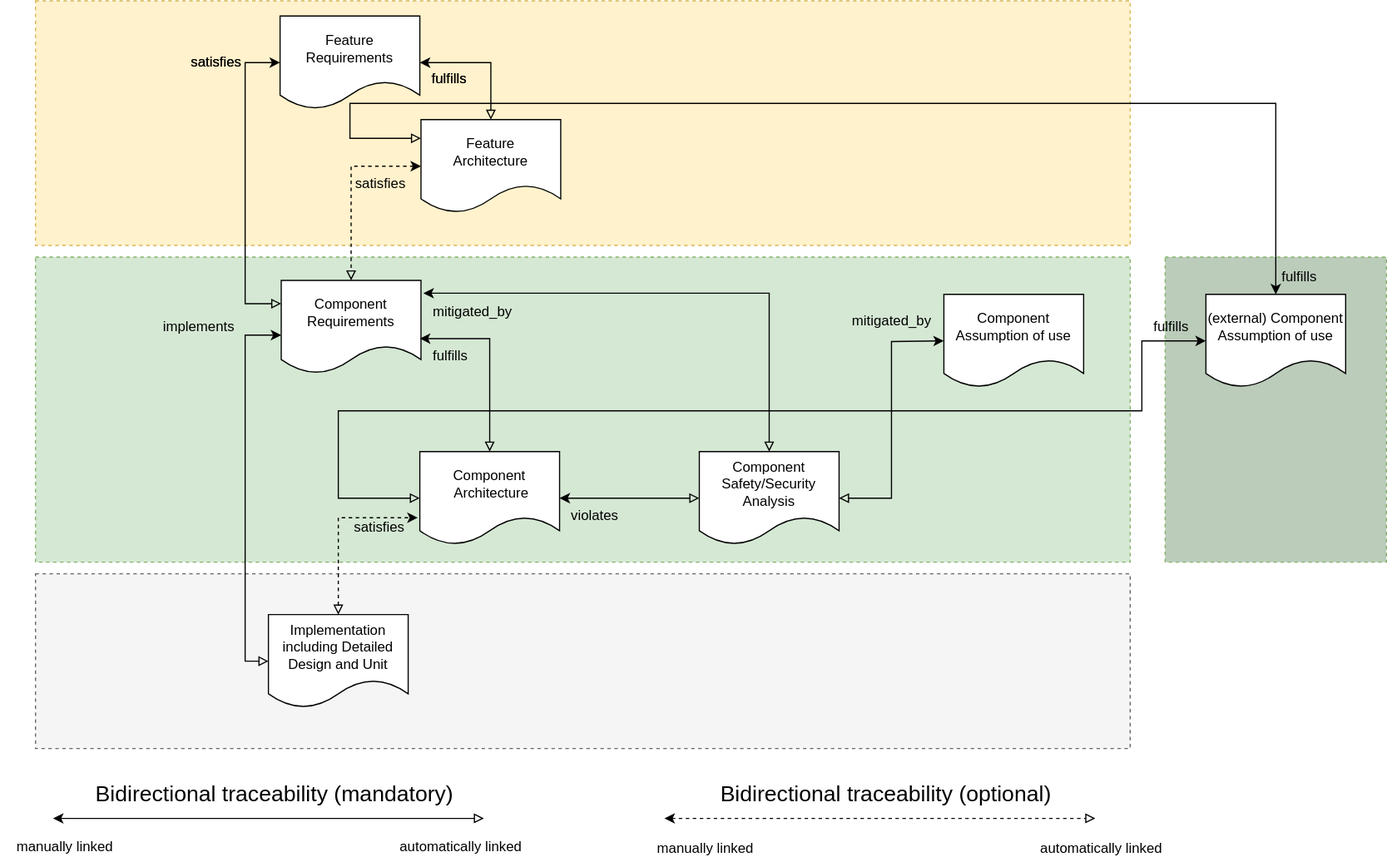
Above: main/_images/score_traceability_model_cmp_overview_1.drawio.svg in eclipse-score/process_description (draw.io), before the change. Source tidied: cells renumbered, new cells last; positions are measured from the earlier drawing's top-left corner, leaving out a move shared by most shapes.
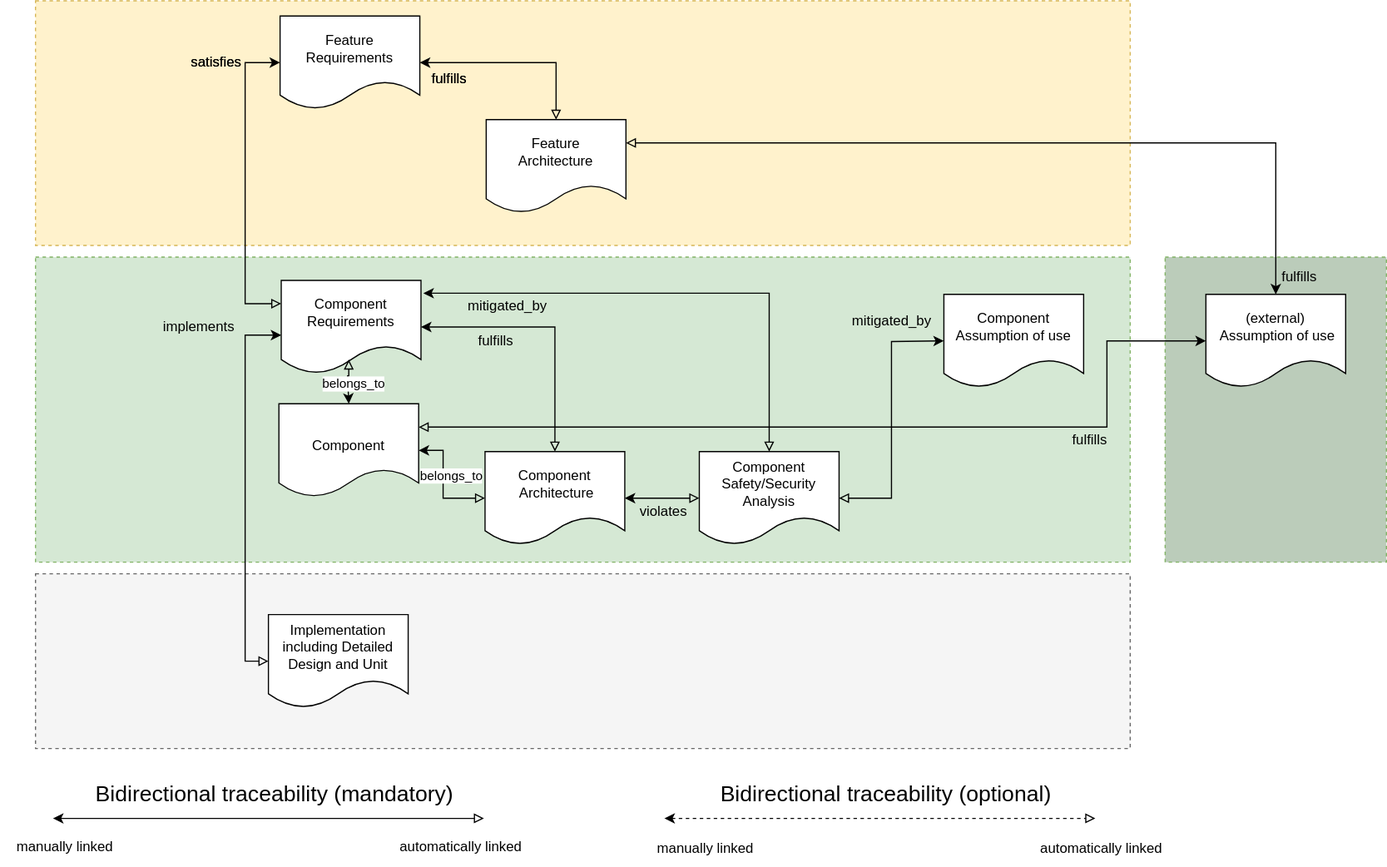
Above is the later version.

The edit, as a diff of the source:
```diff
@@ -33,7 +33,7 @@
       <mxGeometry x="241" y="240" width="120" height="80" as="geometry" />
     </mxCell>
     <mxCell id="9" value="&lt;br&gt;&lt;br&gt;Component&lt;br&gt;&amp;nbsp;Architecture&lt;br&gt;&lt;br&gt;&lt;br&gt;" style="shape=document;whiteSpace=wrap;html=1;boundedLbl=1;" parent="1" vertex="1">
-      <mxGeometry x="360" y="387" width="120" height="80" as="geometry" />
+      <mxGeometry x="416" y="387" width="120" height="80" as="geometry" />
     </mxCell>
     <mxCell id="10" style="edgeStyle=orthogonalEdgeStyle;rounded=0;jettySize=auto;html=1;entryX=1;entryY=0.5;entryDx=0;entryDy=0;exitX=0.5;exitY=0;exitDx=0;exitDy=0;startArrow=block;startFill=0;" parent="1" edge="1" source="15" target="5">
       <mxGeometry relative="1" as="geometry" />
@@ -49,11 +49,8 @@
         <mxPoint x="810" y="292" as="sourcePoint" />
       </mxGeometry>
     </mxCell>
-    <mxCell id="14" style="edgeStyle=orthogonalEdgeStyle;rounded=0;jettySize=auto;html=1;entryX=0.5;entryY=0;entryDx=0;entryDy=0;startArrow=classic;startFill=1;exitX=0;exitY=0.5;exitDx=0;exitDy=0;dashed=1;endArrow=block;endFill=0;" parent="1" edge="1" source="15" target="8">
-      <mxGeometry relative="1" as="geometry" />
-    </mxCell>
     <mxCell id="15" value="Feature&lt;br&gt;Architecture" style="shape=document;whiteSpace=wrap;html=1;boundedLbl=1;" parent="1" vertex="1">
-      <mxGeometry x="361" y="102" width="120" height="80" as="geometry" />
+      <mxGeometry x="417" y="102" width="120" height="80" as="geometry" />
     </mxCell>
     <mxCell id="16" value="&lt;div style=&quot;font-family: Consolas, &amp;quot;Courier New&amp;quot;, monospace; line-height: 19px;&quot;&gt;&lt;br&gt;&lt;/div&gt;" style="text;html=1;align=center;verticalAlign=middle;strokeColor=none;fillColor=none;fontSize=6;fontColor=#000000;" parent="1" vertex="1">
       <mxGeometry x="285" y="48" width="20" height="30" as="geometry" />
@@ -61,27 +58,22 @@
     <mxCell id="17" style="rounded=0;whiteSpace=wrap;html=1;dashed=1;fillColor=#BBCCBA;strokeColor=#82b366;" parent="1" vertex="1">
       <mxGeometry x="1000" y="220" width="190" height="262" as="geometry" />
     </mxCell>
-    <mxCell id="18" style="edgeStyle=orthogonalEdgeStyle;rounded=0;orthogonalLoop=1;jettySize=auto;html=1;entryX=0;entryY=0.25;entryDx=0;entryDy=0;fontSize=19;startArrow=classic;startFill=1;endArrow=block;endFill=0;" parent="1" edge="1">
+    <mxCell id="18" style="edgeStyle=orthogonalEdgeStyle;rounded=0;jettySize=auto;html=1;entryX=1;entryY=0.25;entryDx=0;entryDy=0;fontSize=19;startArrow=classic;startFill=1;endArrow=block;endFill=0;" parent="1" edge="1" target="15">
       <mxGeometry relative="1" as="geometry">
         <mxPoint x="1095" y="252" as="sourcePoint" />
-        <mxPoint x="361" y="118" as="targetPoint" />
         <Array as="points">
-          <mxPoint x="1095" y="88" />
-          <mxPoint x="300" y="88" />
-          <mxPoint x="300" y="118" />
+          <mxPoint x="1095" y="122" />
         </Array>
       </mxGeometry>
     </mxCell>
-    <mxCell id="19" value="(external) Component Assumption of use" style="shape=document;whiteSpace=wrap;html=1;boundedLbl=1;" parent="1" vertex="1">
+    <mxCell id="19" value="(external)&lt;br&gt;&amp;nbsp;Assumption of use" style="shape=document;whiteSpace=wrap;html=1;boundedLbl=1;" parent="1" vertex="1">
       <mxGeometry x="1035" y="252" width="120" height="80" as="geometry" />
     </mxCell>
-    <mxCell id="20" style="edgeStyle=orthogonalEdgeStyle;rounded=0;jettySize=auto;html=1;exitX=0;exitY=0.5;exitDx=0;exitDy=0;startArrow=block;startFill=0;entryX=0;entryY=0.5;entryDx=0;entryDy=0;" parent="1" edge="1" source="9" target="19">
+    <mxCell id="20" style="edgeStyle=orthogonalEdgeStyle;rounded=0;jettySize=auto;html=1;startArrow=block;startFill=0;entryX=0;entryY=0.5;entryDx=0;entryDy=0;exitX=1;exitY=0.25;exitDx=0;exitDy=0;" parent="1" edge="1" source="48" target="19">
       <mxGeometry relative="1" as="geometry">
         <Array as="points">
-          <mxPoint x="290" y="427" />
-          <mxPoint x="290" y="352" />
-          <mxPoint x="980" y="352" />
-          <mxPoint x="980" y="292" />
+          <mxPoint x="950" y="366" />
+          <mxPoint x="950" y="292" />
         </Array>
       </mxGeometry>
     </mxCell>
@@ -91,23 +83,22 @@
     <mxCell id="22" style="edgeStyle=orthogonalEdgeStyle;rounded=0;jettySize=auto;html=1;startArrow=block;startFill=0;exitX=0;exitY=0.5;exitDx=0;exitDy=0;entryX=0;entryY=0.588;entryDx=0;entryDy=0;entryPerimeter=0;endArrow=classic;endFill=1;" parent="1" edge="1" source="24" target="8">
       <mxGeometry relative="1" as="geometry" />
     </mxCell>
-    <mxCell id="23" style="edgeStyle=orthogonalEdgeStyle;rounded=0;jettySize=auto;html=1;entryX=-0.015;entryY=0.71;entryDx=0;entryDy=0;exitX=0.5;exitY=0;exitDx=0;exitDy=0;startArrow=block;startFill=0;entryPerimeter=0;dashed=1;" parent="1" edge="1" source="24" target="9">
-      <mxGeometry x="0.31" relative="1" as="geometry">
-        <Array as="points">
-          <mxPoint x="290" y="444" />
-        </Array>
-      </mxGeometry>
-    </mxCell>
     <mxCell id="24" value="Implementation&lt;br&gt;including Detailed Design and Unit" style="shape=document;whiteSpace=wrap;html=1;boundedLbl=1;" parent="1" vertex="1">
       <mxGeometry x="230" y="527" width="120" height="80" as="geometry" />
     </mxCell>
-    <mxCell id="25" style="edgeStyle=orthogonalEdgeStyle;rounded=0;jettySize=auto;html=1;entryX=0.992;entryY=0.625;entryDx=0;entryDy=0;entryPerimeter=0;exitX=0.5;exitY=0;exitDx=0;exitDy=0;startArrow=block;startFill=0;" parent="1" edge="1" source="9" target="8">
+    <mxCell id="25" style="edgeStyle=orthogonalEdgeStyle;rounded=0;jettySize=auto;html=1;entryX=1;entryY=0.5;entryDx=0;entryDy=0;exitX=0;exitY=0.5;exitDx=0;exitDy=0;startArrow=block;startFill=0;" parent="1" edge="1" source="9" target="48">
       <mxGeometry relative="1" as="geometry">
         <Array as="points">
-          <mxPoint x="420" y="290" />
+          <mxPoint x="380" y="427" />
+          <mxPoint x="380" y="386" />
         </Array>
       </mxGeometry>
     </mxCell>
+    <mxCell id="47" value="belongs_to" style="edgeLabel;html=1;align=center;verticalAlign=middle;" parent="25" vertex="1">
+      <mxGeometry x="0.14" y="1" relative="1" as="geometry">
+        <mxPoint x="7" as="offset" />
+      </mxGeometry>
+    </mxCell>
     <mxCell id="26" style="edgeStyle=orthogonalEdgeStyle;rounded=0;orthogonalLoop=1;jettySize=auto;html=1;startArrow=classic;startFill=1;endArrow=block;endFill=0;" parent="1" edge="1">
       <mxGeometry x="0.38" y="5" relative="1" as="geometry">
         <mxPoint x="45" y="702" as="sourcePoint" />
@@ -147,14 +138,8 @@
     <mxCell id="34" value="implements" style="text;html=1;align=center;verticalAlign=middle;strokeColor=none;fillColor=none;" parent="1" vertex="1">
       <mxGeometry x="130" y="265" width="80" height="30" as="geometry" />
     </mxCell>
-    <mxCell id="35" value="satisfies" style="text;html=1;align=center;verticalAlign=middle;strokeColor=none;fillColor=none;" parent="1" vertex="1">
-      <mxGeometry x="290" y="437" width="70" height="30" as="geometry" />
-    </mxCell>
-    <mxCell id="36" value="fulfills" style="text;html=1;align=center;verticalAlign=middle;strokeColor=none;fillColor=none;" parent="1" vertex="1">
-      <mxGeometry x="361" y="290" width="50" height="30" as="geometry" />
-    </mxCell>
     <mxCell id="37" value="fulfills" style="text;html=1;align=center;verticalAlign=middle;strokeColor=none;fillColor=none;" parent="1" vertex="1">
-      <mxGeometry x="980" y="265" width="50" height="30" as="geometry" />
+      <mxGeometry x="910" y="362" width="50" height="30" as="geometry" />
     </mxCell>
     <mxCell id="38" value="fulfills" style="text;html=1;align=center;verticalAlign=middle;strokeColor=none;fillColor=none;" parent="1" vertex="1">
       <mxGeometry x="1090" y="222" width="50" height="30" as="geometry" />
@@ -165,11 +150,8 @@
     <mxCell id="40" value="satisfies" style="text;html=1;align=center;verticalAlign=middle;strokeColor=none;fillColor=none;" parent="1" vertex="1">
       <mxGeometry x="150" y="38" width="70" height="30" as="geometry" />
     </mxCell>
-    <mxCell id="41" value="satisfies" style="text;html=1;align=center;verticalAlign=middle;strokeColor=none;fillColor=none;" parent="1" vertex="1">
-      <mxGeometry x="291" y="142" width="70" height="30" as="geometry" />
-    </mxCell>
     <mxCell id="42" value="violates" style="text;html=1;align=center;verticalAlign=middle;strokeColor=none;fillColor=none;" parent="1" vertex="1">
-      <mxGeometry x="480" y="427" width="60" height="30" as="geometry" />
+      <mxGeometry x="539" y="424" width="60" height="30" as="geometry" />
     </mxCell>
     <mxCell id="43" value="mitigated_by" style="text;html=1;align=center;verticalAlign=middle;strokeColor=none;fillColor=none;" parent="1" vertex="1">
       <mxGeometry x="720" y="260" width="90" height="30" as="geometry" />
@@ -181,7 +163,27 @@
       <mxGeometry x="360" y="52" width="50" height="30" as="geometry" />
     </mxCell>
     <mxCell id="46" value="mitigated_by" style="text;html=1;align=center;verticalAlign=middle;strokeColor=none;fillColor=none;" parent="1" vertex="1">
-      <mxGeometry x="360" y="252" width="90" height="30" as="geometry" />
+      <mxGeometry x="390" y="247" width="90" height="30" as="geometry" />
     </mxCell>
+    <mxCell id="48" value="&lt;br&gt;&lt;br&gt;Component&lt;br&gt;&lt;br&gt;" style="shape=document;whiteSpace=wrap;html=1;boundedLbl=1;" parent="1" vertex="1">
+      <mxGeometry x="239" y="346" width="120" height="80" as="geometry" />
+    </mxCell>
+    <mxCell id="49" style="edgeStyle=orthogonalEdgeStyle;rounded=0;jettySize=auto;html=1;entryX=0.5;entryY=0;entryDx=0;entryDy=0;exitX=0.483;exitY=0.85;exitDx=0;exitDy=0;startArrow=block;startFill=0;exitPerimeter=0;" parent="1" edge="1" source="8" target="48">
+      <mxGeometry relative="1" as="geometry">
+        <Array as="points">
+          <mxPoint x="299" y="322" />
+          <mxPoint x="298" y="322" />
+        </Array>
+      </mxGeometry>
+    </mxCell>
+    <mxCell id="50" value="belongs_to" style="edgeLabel;html=1;align=center;verticalAlign=middle;" parent="49" vertex="1">
+      <mxGeometry x="0.15" y="4" relative="1" as="geometry" />
+    </mxCell>
+    <mxCell id="51" style="edgeStyle=orthogonalEdgeStyle;rounded=0;jettySize=auto;html=1;exitX=0.5;exitY=0;exitDx=0;exitDy=0;startArrow=block;startFill=0;entryX=1;entryY=0.5;entryDx=0;entryDy=0;" parent="1" edge="1" source="9" target="8">
+      <mxGeometry relative="1" as="geometry" />
+    </mxCell>
+    <mxCell id="36" value="fulfills" style="text;html=1;align=center;verticalAlign=middle;strokeColor=none;fillColor=none;" parent="1" vertex="1">
+      <mxGeometry x="400" y="277" width="50" height="30" as="geometry" />
+    </mxCell>
   </root>
 </mxGraphModel>
```
